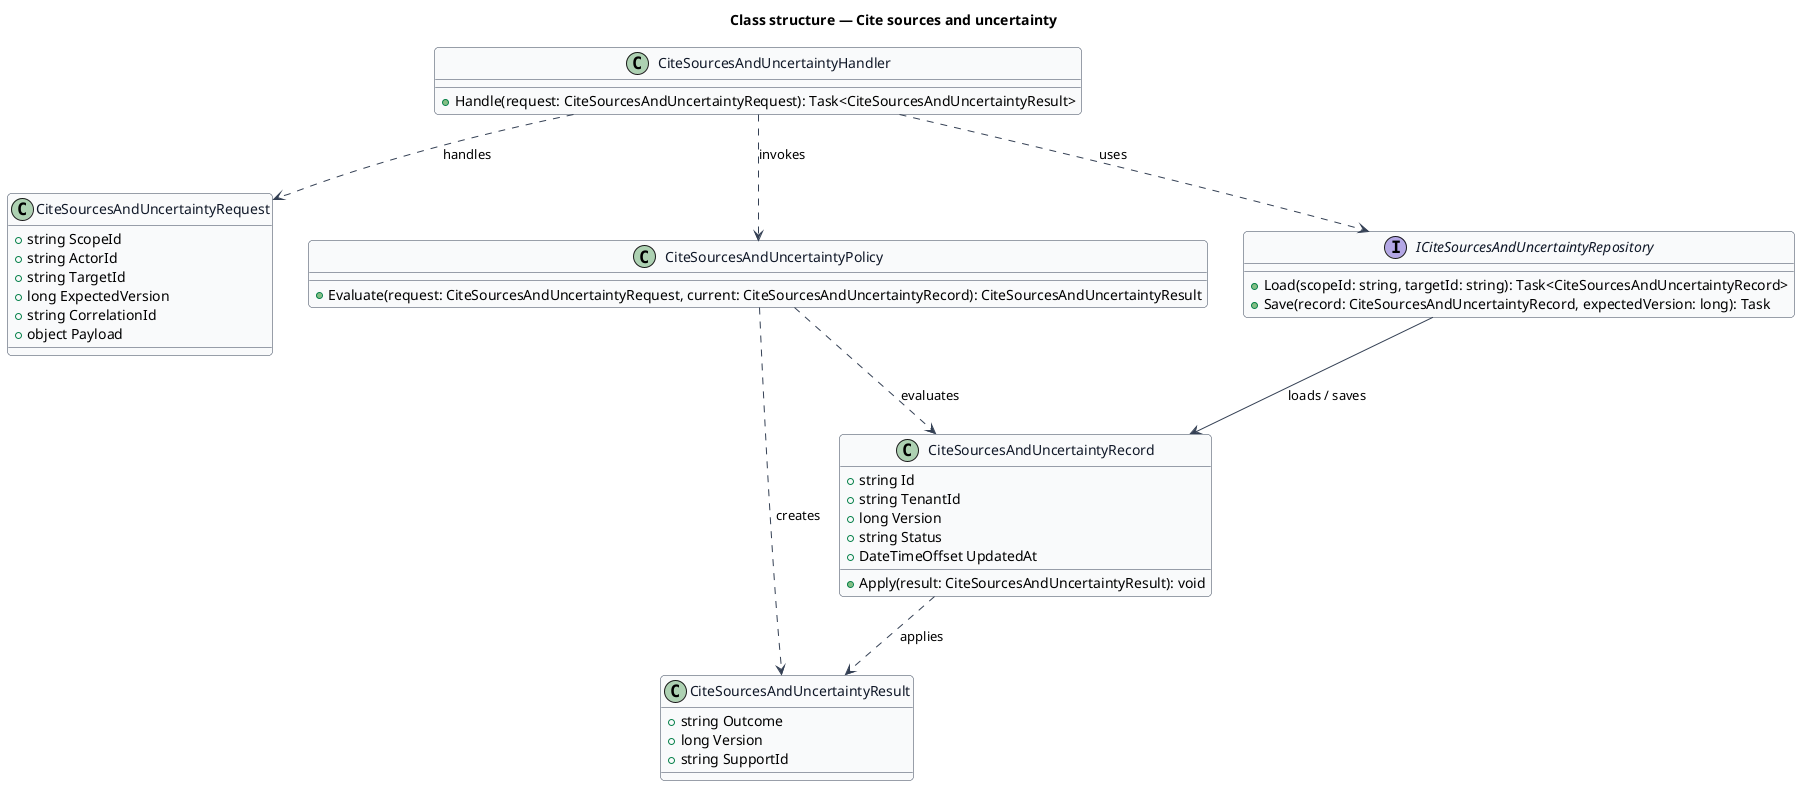
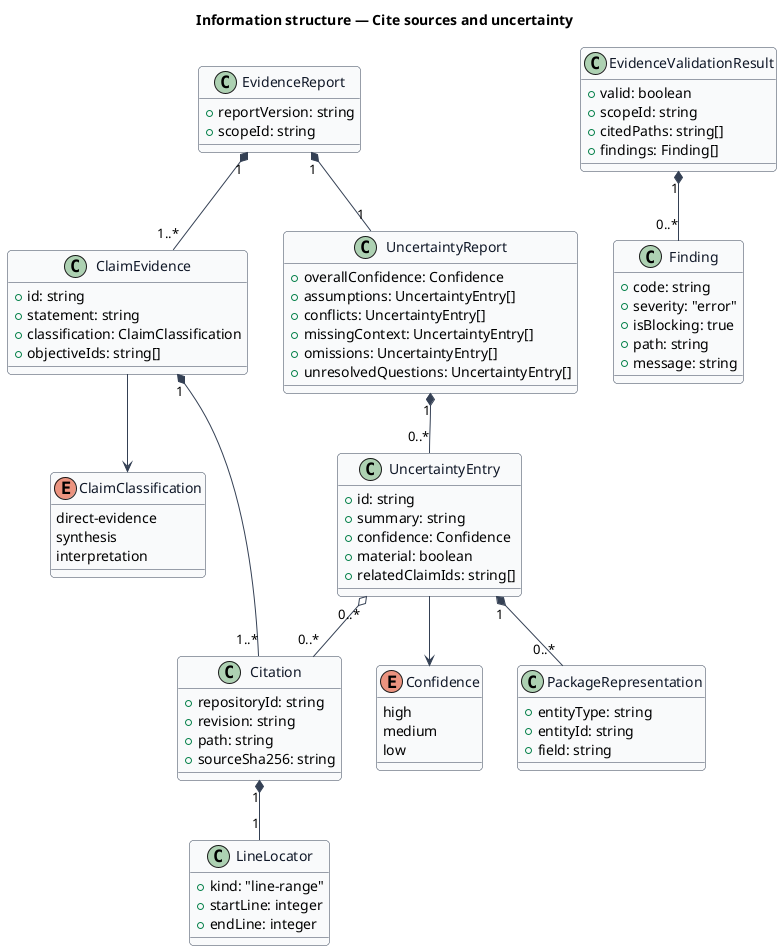
@startuml
skinparam backgroundColor #FFFFFF
skinparam shadowing false
skinparam roundcorner 8
skinparam defaultFontName Arial
skinparam ArrowColor #344054
skinparam class {
  BorderColor #344054
  FontColor #101828
  BackgroundColor #F9FAFB
}
- title Class structure — Cite sources and uncertainty
+ title Information structure — Cite sources and uncertainty

- class CiteSourcesAndUncertaintyRequest {
-   +string ScopeId
-   +string ActorId
-   +string TargetId
-   +long ExpectedVersion
-   +string CorrelationId
-   +object Payload
+ class EvidenceReport {
+   +reportVersion: string
+   +scopeId: string
}

- class CiteSourcesAndUncertaintyResult {
-   +string Outcome
-   +long Version
-   +string SupportId
+ class ClaimEvidence {
+   +id: string
+   +statement: string
+   +classification: ClaimClassification
+   +objectiveIds: string[]
}

- class CiteSourcesAndUncertaintyRecord {
-   +string Id
-   +string TenantId
-   +long Version
-   +string Status
-   +DateTimeOffset UpdatedAt
-   +Apply(result: CiteSourcesAndUncertaintyResult): void
+ enum ClaimClassification {
+   direct-evidence
+   synthesis
+   interpretation
}

- class CiteSourcesAndUncertaintyPolicy {
-   +Evaluate(request: CiteSourcesAndUncertaintyRequest, current: CiteSourcesAndUncertaintyRecord): CiteSourcesAndUncertaintyResult
+ class Citation {
+   +repositoryId: string
+   +revision: string
+   +path: string
+   +sourceSha256: string
}

- interface ICiteSourcesAndUncertaintyRepository {
-   +Load(scopeId: string, targetId: string): Task<CiteSourcesAndUncertaintyRecord>
-   +Save(record: CiteSourcesAndUncertaintyRecord, expectedVersion: long): Task
+ class LineLocator {
+   +kind: "line-range"
+   +startLine: integer
+   +endLine: integer
}

- class CiteSourcesAndUncertaintyHandler {
-   +Handle(request: CiteSourcesAndUncertaintyRequest): Task<CiteSourcesAndUncertaintyResult>
+ class UncertaintyReport {
+   +overallConfidence: Confidence
+   +assumptions: UncertaintyEntry[]
+   +conflicts: UncertaintyEntry[]
+   +missingContext: UncertaintyEntry[]
+   +omissions: UncertaintyEntry[]
+   +unresolvedQuestions: UncertaintyEntry[]
}

- CiteSourcesAndUncertaintyHandler ..> CiteSourcesAndUncertaintyRequest : handles
- CiteSourcesAndUncertaintyHandler ..> CiteSourcesAndUncertaintyPolicy : invokes
- CiteSourcesAndUncertaintyHandler ..> ICiteSourcesAndUncertaintyRepository : uses
- ICiteSourcesAndUncertaintyRepository --> CiteSourcesAndUncertaintyRecord : loads / saves
- CiteSourcesAndUncertaintyPolicy ..> CiteSourcesAndUncertaintyRecord : evaluates
- CiteSourcesAndUncertaintyPolicy ..> CiteSourcesAndUncertaintyResult : creates
- CiteSourcesAndUncertaintyRecord ..> CiteSourcesAndUncertaintyResult : applies
+ class UncertaintyEntry {
+   +id: string
+   +summary: string
+   +confidence: Confidence
+   +material: boolean
+   +relatedClaimIds: string[]
+ }
+ 
+ enum Confidence {
+   high
+   medium
+   low
+ }
+ 
+ class PackageRepresentation {
+   +entityType: string
+   +entityId: string
+   +field: string
+ }
+ 
+ class EvidenceValidationResult {
+   +valid: boolean
+   +scopeId: string
+   +citedPaths: string[]
+   +findings: Finding[]
+ }
+ 
+ class Finding {
+   +code: string
+   +severity: "error"
+   +isBlocking: true
+   +path: string
+   +message: string
+ }
+ 
+ EvidenceReport "1" *-- "1..*" ClaimEvidence
+ EvidenceReport "1" *-- "1" UncertaintyReport
+ ClaimEvidence --> ClaimClassification
+ ClaimEvidence "1" *-- "1..*" Citation
+ Citation "1" *-- "1" LineLocator
+ UncertaintyReport "1" *-- "0..*" UncertaintyEntry
+ UncertaintyEntry --> Confidence
+ UncertaintyEntry "0..*" o-- "0..*" Citation
+ UncertaintyEntry "1" *-- "0..*" PackageRepresentation
+ EvidenceValidationResult "1" *-- "0..*" Finding
@enduml
